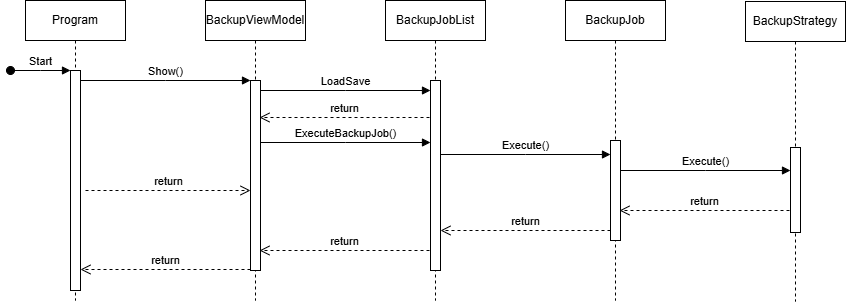
Earlier version of the draw.io export ressources/sequence_diagram.png (Raikuji/EasySave). Source tidied: cells renumbered, new cells last; positions are measured from the earlier drawing's top-left corner, leaving out a move shared by most shapes. Source of this version:
```xml
<mxGraphModel>
  <root>
    <mxCell id="0" />
    <mxCell id="1" parent="0" />
    <mxCell id="2" value="Program" style="shape=umlLifeline;perimeter=lifelinePerimeter;whiteSpace=wrap;html=1;newEdgeStyle={&quot;edgeStyle&quot;:&quot;elbowEdgeStyle&quot;,&quot;elbow&quot;:&quot;vertical&quot;,&quot;curved&quot;:0,&quot;rounded&quot;:0};" parent="1" vertex="1">
      <mxGeometry x="15" width="100" height="300" as="geometry" />
    </mxCell>
    <mxCell id="3" style="html=1;points=[];perimeter=orthogonalPerimeter;outlineConnect=0;targetShapes=umlLifeline;portConstraint=eastwest;newEdgeStyle={&quot;edgeStyle&quot;:&quot;elbowEdgeStyle&quot;,&quot;elbow&quot;:&quot;vertical&quot;,&quot;curved&quot;:0,&quot;rounded&quot;:0};" parent="2" vertex="1">
      <mxGeometry x="45" y="70" width="10" height="220" as="geometry" />
    </mxCell>
    <mxCell id="4" value="Start" style="html=1;verticalAlign=bottom;startArrow=oval;endArrow=block;startSize=8;edgeStyle=elbowEdgeStyle;elbow=vertical;curved=0;rounded=0;" parent="2" edge="1" target="3">
      <mxGeometry relative="1" as="geometry">
        <mxPoint x="-15" y="70" as="sourcePoint" />
      </mxGeometry>
    </mxCell>
    <mxCell id="5" value="BackupViewModel" style="shape=umlLifeline;perimeter=lifelinePerimeter;whiteSpace=wrap;html=1;newEdgeStyle={&quot;edgeStyle&quot;:&quot;elbowEdgeStyle&quot;,&quot;elbow&quot;:&quot;vertical&quot;,&quot;curved&quot;:0,&quot;rounded&quot;:0};" parent="1" vertex="1">
      <mxGeometry x="195" width="100" height="300" as="geometry" />
    </mxCell>
    <mxCell id="6" style="html=1;points=[];perimeter=orthogonalPerimeter;outlineConnect=0;targetShapes=umlLifeline;portConstraint=eastwest;newEdgeStyle={&quot;edgeStyle&quot;:&quot;elbowEdgeStyle&quot;,&quot;elbow&quot;:&quot;vertical&quot;,&quot;curved&quot;:0,&quot;rounded&quot;:0};" parent="5" vertex="1">
      <mxGeometry x="45" y="80" width="10" height="190" as="geometry" />
    </mxCell>
    <mxCell id="7" value="Show()" style="html=1;verticalAlign=bottom;endArrow=block;edgeStyle=elbowEdgeStyle;elbow=horizontal;curved=0;rounded=0;" parent="1" edge="1" source="3" target="6">
      <mxGeometry relative="1" as="geometry">
        <Array as="points">
          <mxPoint x="155" y="80" />
        </Array>
      </mxGeometry>
    </mxCell>
    <mxCell id="8" value="return" style="html=1;verticalAlign=bottom;endArrow=open;dashed=1;endSize=8;edgeStyle=elbowEdgeStyle;elbow=vertical;curved=0;rounded=0;" parent="1" edge="1">
      <mxGeometry relative="1" as="geometry">
        <mxPoint x="240" y="269" as="sourcePoint" />
        <mxPoint x="70" y="269" as="targetPoint" />
        <Array as="points">
          <mxPoint x="165" y="269" />
        </Array>
      </mxGeometry>
    </mxCell>
    <mxCell id="9" value="return" style="html=1;verticalAlign=bottom;endArrow=open;dashed=1;endSize=8;edgeStyle=elbowEdgeStyle;elbow=vertical;curved=0;rounded=0;" parent="1" edge="1" target="6">
      <mxGeometry relative="1" as="geometry">
        <mxPoint x="75" y="190" as="sourcePoint" />
        <Array as="points">
          <mxPoint x="155" y="190" />
        </Array>
      </mxGeometry>
    </mxCell>
    <mxCell id="10" value="BackupJobList" style="shape=umlLifeline;perimeter=lifelinePerimeter;whiteSpace=wrap;html=1;newEdgeStyle={&quot;edgeStyle&quot;:&quot;elbowEdgeStyle&quot;,&quot;elbow&quot;:&quot;vertical&quot;,&quot;curved&quot;:0,&quot;rounded&quot;:0};" parent="1" vertex="1">
      <mxGeometry x="375" width="100" height="300" as="geometry" />
    </mxCell>
    <mxCell id="11" style="html=1;perimeter=orthogonalPerimeter;targetShapes=umlLifeline;newEdgeStyle={&quot;edgeStyle&quot;:&quot;elbowEdgeStyle&quot;,&quot;elbow&quot;:&quot;vertical&quot;,&quot;curved&quot;:0,&quot;rounded&quot;:0};" parent="10" vertex="1">
      <mxGeometry x="45" y="80" width="10" height="190" as="geometry" />
    </mxCell>
    <mxCell id="12" value="ExecuteBackupJob()" style="html=1;verticalAlign=bottom;endArrow=block;edgeStyle=elbowEdgeStyle;elbow=horizontal;curved=0;rounded=0;" parent="1" edge="1">
      <mxGeometry relative="1" as="geometry">
        <mxPoint x="250" y="142" as="sourcePoint" />
        <mxPoint x="420" y="142" as="targetPoint" />
        <Array as="points">
          <mxPoint x="335" y="142" />
        </Array>
      </mxGeometry>
    </mxCell>
    <mxCell id="13" value="BackupJob" style="shape=umlLifeline;perimeter=lifelinePerimeter;whiteSpace=wrap;html=1;newEdgeStyle={&quot;edgeStyle&quot;:&quot;elbowEdgeStyle&quot;,&quot;elbow&quot;:&quot;vertical&quot;,&quot;curved&quot;:0,&quot;rounded&quot;:0};" parent="1" vertex="1">
      <mxGeometry x="555" width="100" height="300" as="geometry" />
    </mxCell>
    <mxCell id="14" style="html=1;perimeter=orthogonalPerimeter;targetShapes=umlLifeline;newEdgeStyle={&quot;edgeStyle&quot;:&quot;elbowEdgeStyle&quot;,&quot;elbow&quot;:&quot;vertical&quot;,&quot;curved&quot;:0,&quot;rounded&quot;:0};" parent="13" vertex="1">
      <mxGeometry x="45" y="140" width="10" height="100" as="geometry" />
    </mxCell>
    <mxCell id="15" value="Execute()" style="html=1;verticalAlign=bottom;endArrow=block;edgeStyle=elbowEdgeStyle;elbow=horizontal;curved=0;rounded=0;" parent="1" edge="1">
      <mxGeometry relative="1" as="geometry">
        <mxPoint x="430" y="154" as="sourcePoint" />
        <mxPoint x="600" y="154" as="targetPoint" />
        <Array as="points">
          <mxPoint x="515" y="154" />
        </Array>
      </mxGeometry>
    </mxCell>
    <mxCell id="16" value="BackupStrategy" style="shape=umlLifeline;perimeter=lifelinePerimeter;whiteSpace=wrap;html=1;newEdgeStyle={&quot;edgeStyle&quot;:&quot;elbowEdgeStyle&quot;,&quot;elbow&quot;:&quot;vertical&quot;,&quot;curved&quot;:0,&quot;rounded&quot;:0};" parent="1" vertex="1">
      <mxGeometry x="735" y="1" width="100" height="300" as="geometry" />
    </mxCell>
    <mxCell id="17" style="html=1;points=[];perimeter=orthogonalPerimeter;outlineConnect=0;targetShapes=umlLifeline;portConstraint=eastwest;newEdgeStyle={&quot;edgeStyle&quot;:&quot;elbowEdgeStyle&quot;,&quot;elbow&quot;:&quot;vertical&quot;,&quot;curved&quot;:0,&quot;rounded&quot;:0};" parent="16" vertex="1">
      <mxGeometry x="45" y="146" width="10" height="85" as="geometry" />
    </mxCell>
    <mxCell id="18" value="Execute()" style="html=1;verticalAlign=bottom;endArrow=block;edgeStyle=elbowEdgeStyle;elbow=horizontal;curved=0;rounded=0;" parent="1" edge="1">
      <mxGeometry relative="1" as="geometry">
        <mxPoint x="610" y="170" as="sourcePoint" />
        <mxPoint x="780" y="170" as="targetPoint" />
        <Array as="points">
          <mxPoint x="695" y="170" />
        </Array>
      </mxGeometry>
    </mxCell>
    <mxCell id="19" value="return" style="html=1;verticalAlign=bottom;endArrow=open;dashed=1;endSize=8;edgeStyle=elbowEdgeStyle;elbow=vertical;curved=0;rounded=0;" parent="1" edge="1">
      <mxGeometry relative="1" as="geometry">
        <mxPoint x="779" y="210" as="sourcePoint" />
        <mxPoint x="609" y="210" as="targetPoint" />
        <Array as="points">
          <mxPoint x="704" y="210" />
        </Array>
      </mxGeometry>
    </mxCell>
    <mxCell id="20" value="LoadSave" style="html=1;verticalAlign=bottom;endArrow=block;edgeStyle=elbowEdgeStyle;elbow=horizontal;curved=0;rounded=0;" parent="1" edge="1">
      <mxGeometry relative="1" as="geometry">
        <mxPoint x="250" y="90" as="sourcePoint" />
        <mxPoint x="420" y="90" as="targetPoint" />
        <Array as="points">
          <mxPoint x="335" y="90" />
        </Array>
      </mxGeometry>
    </mxCell>
    <mxCell id="21" value="return" style="html=1;verticalAlign=bottom;endArrow=open;dashed=1;endSize=8;edgeStyle=elbowEdgeStyle;elbow=vertical;curved=0;rounded=0;" parent="1" edge="1">
      <mxGeometry relative="1" as="geometry">
        <mxPoint x="419" y="117" as="sourcePoint" />
        <mxPoint x="249" y="117" as="targetPoint" />
        <Array as="points">
          <mxPoint x="344" y="117" />
        </Array>
      </mxGeometry>
    </mxCell>
    <mxCell id="22" value="return" style="html=1;verticalAlign=bottom;endArrow=open;dashed=1;endSize=8;edgeStyle=elbowEdgeStyle;elbow=vertical;curved=0;rounded=0;" parent="1" edge="1">
      <mxGeometry relative="1" as="geometry">
        <mxPoint x="600" y="230" as="sourcePoint" />
        <mxPoint x="430" y="230" as="targetPoint" />
        <Array as="points">
          <mxPoint x="525" y="230" />
        </Array>
      </mxGeometry>
    </mxCell>
    <mxCell id="23" value="return" style="html=1;verticalAlign=bottom;endArrow=open;dashed=1;endSize=8;edgeStyle=elbowEdgeStyle;elbow=vertical;curved=0;rounded=0;" parent="1" edge="1">
      <mxGeometry relative="1" as="geometry">
        <mxPoint x="419" y="250" as="sourcePoint" />
        <mxPoint x="249" y="250" as="targetPoint" />
        <Array as="points">
          <mxPoint x="344" y="250" />
        </Array>
      </mxGeometry>
    </mxCell>
  </root>
</mxGraphModel>
```
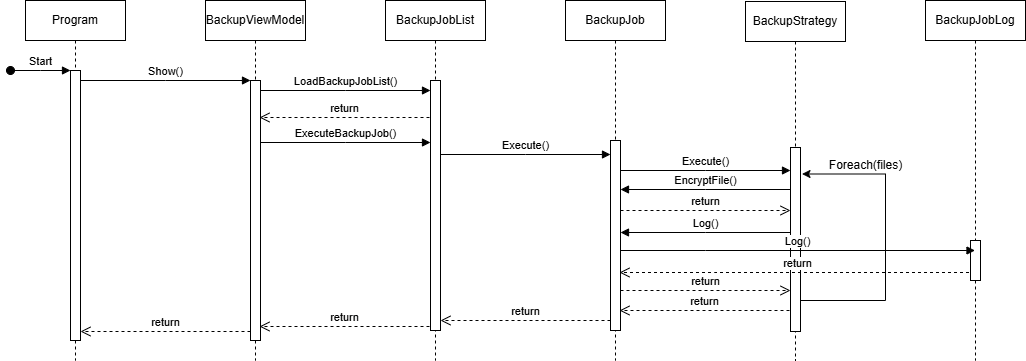
After the commit.

Commit message:
Add sequence diagram

The edit, as a diff of the source:
```diff
@@ -3,10 +3,10 @@
     <mxCell id="0" />
     <mxCell id="1" parent="0" />
     <mxCell id="2" value="Program" style="shape=umlLifeline;perimeter=lifelinePerimeter;whiteSpace=wrap;html=1;newEdgeStyle={&quot;edgeStyle&quot;:&quot;elbowEdgeStyle&quot;,&quot;elbow&quot;:&quot;vertical&quot;,&quot;curved&quot;:0,&quot;rounded&quot;:0};" parent="1" vertex="1">
-      <mxGeometry x="15" width="100" height="300" as="geometry" />
+      <mxGeometry x="15" width="100" height="360" as="geometry" />
     </mxCell>
     <mxCell id="3" style="html=1;points=[];perimeter=orthogonalPerimeter;outlineConnect=0;targetShapes=umlLifeline;portConstraint=eastwest;newEdgeStyle={&quot;edgeStyle&quot;:&quot;elbowEdgeStyle&quot;,&quot;elbow&quot;:&quot;vertical&quot;,&quot;curved&quot;:0,&quot;rounded&quot;:0};" parent="2" vertex="1">
-      <mxGeometry x="45" y="70" width="10" height="220" as="geometry" />
+      <mxGeometry x="45" y="70" width="10" height="270" as="geometry" />
     </mxCell>
     <mxCell id="4" value="Start" style="html=1;verticalAlign=bottom;startArrow=oval;endArrow=block;startSize=8;edgeStyle=elbowEdgeStyle;elbow=vertical;curved=0;rounded=0;" parent="2" edge="1" target="3">
       <mxGeometry relative="1" as="geometry">
@@ -14,10 +14,10 @@
       </mxGeometry>
     </mxCell>
     <mxCell id="5" value="BackupViewModel" style="shape=umlLifeline;perimeter=lifelinePerimeter;whiteSpace=wrap;html=1;newEdgeStyle={&quot;edgeStyle&quot;:&quot;elbowEdgeStyle&quot;,&quot;elbow&quot;:&quot;vertical&quot;,&quot;curved&quot;:0,&quot;rounded&quot;:0};" parent="1" vertex="1">
-      <mxGeometry x="195" width="100" height="300" as="geometry" />
+      <mxGeometry x="195" width="100" height="360" as="geometry" />
     </mxCell>
     <mxCell id="6" style="html=1;points=[];perimeter=orthogonalPerimeter;outlineConnect=0;targetShapes=umlLifeline;portConstraint=eastwest;newEdgeStyle={&quot;edgeStyle&quot;:&quot;elbowEdgeStyle&quot;,&quot;elbow&quot;:&quot;vertical&quot;,&quot;curved&quot;:0,&quot;rounded&quot;:0};" parent="5" vertex="1">
-      <mxGeometry x="45" y="80" width="10" height="190" as="geometry" />
+      <mxGeometry x="45" y="80" width="10" height="260" as="geometry" />
     </mxCell>
     <mxCell id="7" value="Show()" style="html=1;verticalAlign=bottom;endArrow=block;edgeStyle=elbowEdgeStyle;elbow=horizontal;curved=0;rounded=0;" parent="1" edge="1" source="3" target="6">
       <mxGeometry relative="1" as="geometry">
@@ -28,26 +28,18 @@
     </mxCell>
     <mxCell id="8" value="return" style="html=1;verticalAlign=bottom;endArrow=open;dashed=1;endSize=8;edgeStyle=elbowEdgeStyle;elbow=vertical;curved=0;rounded=0;" parent="1" edge="1">
       <mxGeometry relative="1" as="geometry">
-        <mxPoint x="240" y="269" as="sourcePoint" />
-        <mxPoint x="70" y="269" as="targetPoint" />
+        <mxPoint x="240" y="331" as="sourcePoint" />
+        <mxPoint x="70" y="331" as="targetPoint" />
         <Array as="points">
-          <mxPoint x="165" y="269" />
+          <mxPoint x="165" y="331" />
         </Array>
       </mxGeometry>
     </mxCell>
-    <mxCell id="9" value="return" style="html=1;verticalAlign=bottom;endArrow=open;dashed=1;endSize=8;edgeStyle=elbowEdgeStyle;elbow=vertical;curved=0;rounded=0;" parent="1" edge="1" target="6">
-      <mxGeometry relative="1" as="geometry">
-        <mxPoint x="75" y="190" as="sourcePoint" />
-        <Array as="points">
-          <mxPoint x="155" y="190" />
-        </Array>
-      </mxGeometry>
-    </mxCell>
     <mxCell id="10" value="BackupJobList" style="shape=umlLifeline;perimeter=lifelinePerimeter;whiteSpace=wrap;html=1;newEdgeStyle={&quot;edgeStyle&quot;:&quot;elbowEdgeStyle&quot;,&quot;elbow&quot;:&quot;vertical&quot;,&quot;curved&quot;:0,&quot;rounded&quot;:0};" parent="1" vertex="1">
-      <mxGeometry x="375" width="100" height="300" as="geometry" />
+      <mxGeometry x="375" width="100" height="360" as="geometry" />
     </mxCell>
     <mxCell id="11" style="html=1;perimeter=orthogonalPerimeter;targetShapes=umlLifeline;newEdgeStyle={&quot;edgeStyle&quot;:&quot;elbowEdgeStyle&quot;,&quot;elbow&quot;:&quot;vertical&quot;,&quot;curved&quot;:0,&quot;rounded&quot;:0};" parent="10" vertex="1">
-      <mxGeometry x="45" y="80" width="10" height="190" as="geometry" />
+      <mxGeometry x="45" y="80" width="10" height="250" as="geometry" />
     </mxCell>
     <mxCell id="12" value="ExecuteBackupJob()" style="html=1;verticalAlign=bottom;endArrow=block;edgeStyle=elbowEdgeStyle;elbow=horizontal;curved=0;rounded=0;" parent="1" edge="1">
       <mxGeometry relative="1" as="geometry">
@@ -59,10 +51,10 @@
       </mxGeometry>
     </mxCell>
     <mxCell id="13" value="BackupJob" style="shape=umlLifeline;perimeter=lifelinePerimeter;whiteSpace=wrap;html=1;newEdgeStyle={&quot;edgeStyle&quot;:&quot;elbowEdgeStyle&quot;,&quot;elbow&quot;:&quot;vertical&quot;,&quot;curved&quot;:0,&quot;rounded&quot;:0};" parent="1" vertex="1">
-      <mxGeometry x="555" width="100" height="300" as="geometry" />
+      <mxGeometry x="555" width="100" height="360" as="geometry" />
     </mxCell>
     <mxCell id="14" style="html=1;perimeter=orthogonalPerimeter;targetShapes=umlLifeline;newEdgeStyle={&quot;edgeStyle&quot;:&quot;elbowEdgeStyle&quot;,&quot;elbow&quot;:&quot;vertical&quot;,&quot;curved&quot;:0,&quot;rounded&quot;:0};" parent="13" vertex="1">
-      <mxGeometry x="45" y="140" width="10" height="100" as="geometry" />
+      <mxGeometry x="45" y="140" width="10" height="190" as="geometry" />
     </mxCell>
     <mxCell id="15" value="Execute()" style="html=1;verticalAlign=bottom;endArrow=block;edgeStyle=elbowEdgeStyle;elbow=horizontal;curved=0;rounded=0;" parent="1" edge="1">
       <mxGeometry relative="1" as="geometry">
@@ -74,11 +66,18 @@
       </mxGeometry>
     </mxCell>
     <mxCell id="16" value="BackupStrategy" style="shape=umlLifeline;perimeter=lifelinePerimeter;whiteSpace=wrap;html=1;newEdgeStyle={&quot;edgeStyle&quot;:&quot;elbowEdgeStyle&quot;,&quot;elbow&quot;:&quot;vertical&quot;,&quot;curved&quot;:0,&quot;rounded&quot;:0};" parent="1" vertex="1">
-      <mxGeometry x="735" y="1" width="100" height="300" as="geometry" />
+      <mxGeometry x="735" y="1" width="100" height="359" as="geometry" />
     </mxCell>
     <mxCell id="17" style="html=1;points=[];perimeter=orthogonalPerimeter;outlineConnect=0;targetShapes=umlLifeline;portConstraint=eastwest;newEdgeStyle={&quot;edgeStyle&quot;:&quot;elbowEdgeStyle&quot;,&quot;elbow&quot;:&quot;vertical&quot;,&quot;curved&quot;:0,&quot;rounded&quot;:0};" parent="16" vertex="1">
-      <mxGeometry x="45" y="146" width="10" height="85" as="geometry" />
+      <mxGeometry x="45" y="146" width="10" height="184" as="geometry" />
     </mxCell>
+    <mxCell id="24" style="edgeStyle=elbowEdgeStyle;rounded=0;orthogonalLoop=1;jettySize=auto;html=1;elbow=vertical;curved=0;entryX=1.15;entryY=0.144;entryDx=0;entryDy=0;entryPerimeter=0;" parent="16" edge="1" source="17" target="17">
+      <mxGeometry relative="1" as="geometry">
+        <Array as="points">
+          <mxPoint x="140" y="299" />
+        </Array>
+      </mxGeometry>
+    </mxCell>
     <mxCell id="18" value="Execute()" style="html=1;verticalAlign=bottom;endArrow=block;edgeStyle=elbowEdgeStyle;elbow=horizontal;curved=0;rounded=0;" parent="1" edge="1">
       <mxGeometry relative="1" as="geometry">
         <mxPoint x="610" y="170" as="sourcePoint" />
@@ -88,16 +87,15 @@
         </Array>
       </mxGeometry>
     </mxCell>
-    <mxCell id="19" value="return" style="html=1;verticalAlign=bottom;endArrow=open;dashed=1;endSize=8;edgeStyle=elbowEdgeStyle;elbow=vertical;curved=0;rounded=0;" parent="1" edge="1">
+    <mxCell id="19" value="return" style="html=1;verticalAlign=bottom;endArrow=open;dashed=1;endSize=8;edgeStyle=elbowEdgeStyle;elbow=vertical;curved=0;rounded=0;" parent="1" edge="1" source="28">
       <mxGeometry relative="1" as="geometry">
-        <mxPoint x="779" y="210" as="sourcePoint" />
-        <mxPoint x="609" y="210" as="targetPoint" />
+        <mxPoint x="609" y="272" as="targetPoint" />
         <Array as="points">
-          <mxPoint x="704" y="210" />
+          <mxPoint x="704" y="272" />
         </Array>
       </mxGeometry>
     </mxCell>
-    <mxCell id="20" value="LoadSave" style="html=1;verticalAlign=bottom;endArrow=block;edgeStyle=elbowEdgeStyle;elbow=horizontal;curved=0;rounded=0;" parent="1" edge="1">
+    <mxCell id="20" value="LoadBackupJobList()" style="html=1;verticalAlign=bottom;endArrow=block;edgeStyle=elbowEdgeStyle;elbow=horizontal;curved=0;rounded=0;" parent="1" edge="1">
       <mxGeometry relative="1" as="geometry">
         <mxPoint x="250" y="90" as="sourcePoint" />
         <mxPoint x="420" y="90" as="targetPoint" />
@@ -117,21 +115,83 @@
     </mxCell>
     <mxCell id="22" value="return" style="html=1;verticalAlign=bottom;endArrow=open;dashed=1;endSize=8;edgeStyle=elbowEdgeStyle;elbow=vertical;curved=0;rounded=0;" parent="1" edge="1">
       <mxGeometry relative="1" as="geometry">
-        <mxPoint x="600" y="230" as="sourcePoint" />
-        <mxPoint x="430" y="230" as="targetPoint" />
+        <mxPoint x="600" y="320" as="sourcePoint" />
+        <mxPoint x="430" y="320" as="targetPoint" />
         <Array as="points">
-          <mxPoint x="525" y="230" />
+          <mxPoint x="525" y="320" />
         </Array>
       </mxGeometry>
     </mxCell>
     <mxCell id="23" value="return" style="html=1;verticalAlign=bottom;endArrow=open;dashed=1;endSize=8;edgeStyle=elbowEdgeStyle;elbow=vertical;curved=0;rounded=0;" parent="1" edge="1">
       <mxGeometry relative="1" as="geometry">
-        <mxPoint x="419" y="250" as="sourcePoint" />
-        <mxPoint x="249" y="250" as="targetPoint" />
+        <mxPoint x="419" y="326" as="sourcePoint" />
+        <mxPoint x="249" y="326" as="targetPoint" />
         <Array as="points">
-          <mxPoint x="344" y="250" />
+          <mxPoint x="344" y="326" />
         </Array>
       </mxGeometry>
     </mxCell>
+    <mxCell id="25" value="EncryptFile()" style="html=1;verticalAlign=bottom;endArrow=block;edgeStyle=elbowEdgeStyle;elbow=horizontal;curved=0;rounded=0;" parent="1" edge="1">
+      <mxGeometry relative="1" as="geometry">
+        <mxPoint x="780" y="189" as="sourcePoint" />
+        <mxPoint x="610" y="189" as="targetPoint" />
+        <Array as="points">
+          <mxPoint x="695" y="189" />
+        </Array>
+      </mxGeometry>
+    </mxCell>
+    <mxCell id="26" value="return" style="html=1;verticalAlign=bottom;endArrow=open;dashed=1;endSize=8;edgeStyle=elbowEdgeStyle;elbow=vertical;curved=0;rounded=0;" parent="1" edge="1">
+      <mxGeometry relative="1" as="geometry">
+        <mxPoint x="610" y="210" as="sourcePoint" />
+        <mxPoint x="780" y="210" as="targetPoint" />
+        <Array as="points">
+          <mxPoint x="705" y="210" />
+        </Array>
+      </mxGeometry>
+    </mxCell>
+    <mxCell id="27" value="Log()" style="html=1;verticalAlign=bottom;endArrow=block;edgeStyle=elbowEdgeStyle;elbow=horizontal;curved=0;rounded=0;" parent="1" edge="1">
+      <mxGeometry relative="1" as="geometry">
+        <mxPoint x="780" y="232" as="sourcePoint" />
+        <mxPoint x="610" y="232" as="targetPoint" />
+        <Array as="points">
+          <mxPoint x="695" y="232" />
+        </Array>
+      </mxGeometry>
+    </mxCell>
+    <mxCell id="28" value="BackupJobLog" style="shape=umlLifeline;perimeter=lifelinePerimeter;whiteSpace=wrap;html=1;outlineConnect=0;portConstraint=eastwest;newEdgeStyle={&quot;edgeStyle&quot;:&quot;elbowEdgeStyle&quot;,&quot;elbow&quot;:&quot;vertical&quot;,&quot;curved&quot;:0,&quot;rounded&quot;:0};" parent="1" vertex="1">
+      <mxGeometry x="915" width="100" height="360" as="geometry" />
+    </mxCell>
+    <mxCell id="29" style="html=1;perimeter=orthogonalPerimeter;targetShapes=umlLifeline;newEdgeStyle={&quot;edgeStyle&quot;:&quot;elbowEdgeStyle&quot;,&quot;elbow&quot;:&quot;vertical&quot;,&quot;curved&quot;:0,&quot;rounded&quot;:0};" parent="28" vertex="1">
+      <mxGeometry x="45" y="240" width="10" height="40" as="geometry" />
+    </mxCell>
+    <mxCell id="30" value="Log()" style="html=1;verticalAlign=bottom;endArrow=block;edgeStyle=elbowEdgeStyle;elbow=horizontal;curved=0;rounded=0;" parent="1" edge="1" target="28">
+      <mxGeometry relative="1" as="geometry">
+        <mxPoint x="610" y="250" as="sourcePoint" />
+        <Array as="points">
+          <mxPoint x="695" y="250" />
+        </Array>
+      </mxGeometry>
+    </mxCell>
+    <mxCell id="31" value="return" style="html=1;verticalAlign=bottom;endArrow=open;dashed=1;endSize=8;edgeStyle=elbowEdgeStyle;elbow=vertical;curved=0;rounded=0;" parent="1" edge="1">
+      <mxGeometry relative="1" as="geometry">
+        <mxPoint x="610" y="290" as="sourcePoint" />
+        <mxPoint x="780" y="290" as="targetPoint" />
+        <Array as="points">
+          <mxPoint x="705" y="290" />
+        </Array>
+      </mxGeometry>
+    </mxCell>
+    <mxCell id="32" value="return" style="html=1;verticalAlign=bottom;endArrow=open;dashed=1;endSize=8;edgeStyle=elbowEdgeStyle;elbow=vertical;curved=0;rounded=0;" parent="1" edge="1">
+      <mxGeometry relative="1" as="geometry">
+        <mxPoint x="779" y="310" as="sourcePoint" />
+        <mxPoint x="609" y="310" as="targetPoint" />
+        <Array as="points">
+          <mxPoint x="704" y="310" />
+        </Array>
+      </mxGeometry>
+    </mxCell>
+    <mxCell id="33" value="Foreach(files)" style="text;html=1;align=center;verticalAlign=middle;strokeColor=none;fillColor=none;" parent="1" vertex="1">
+      <mxGeometry x="805" y="150" width="100" height="30" as="geometry" />
+    </mxCell>
   </root>
 </mxGraphModel>
```
